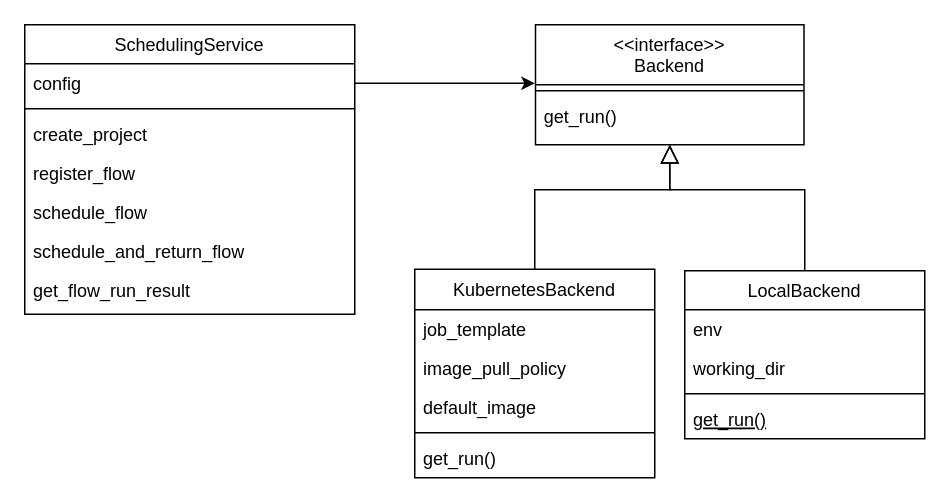
Before: docs/files/services/scheduling_service.drawio in slaclab/lume-services, a draw.io diagram. Source tidied: cells renumbered, new cells numbered last; positions are measured from the earlier drawing's top-left corner, leaving out a move shared by most shapes. Both pictures are drawn from the tidied source at 150%, with x=0, y=0 at pixel (24, 24).
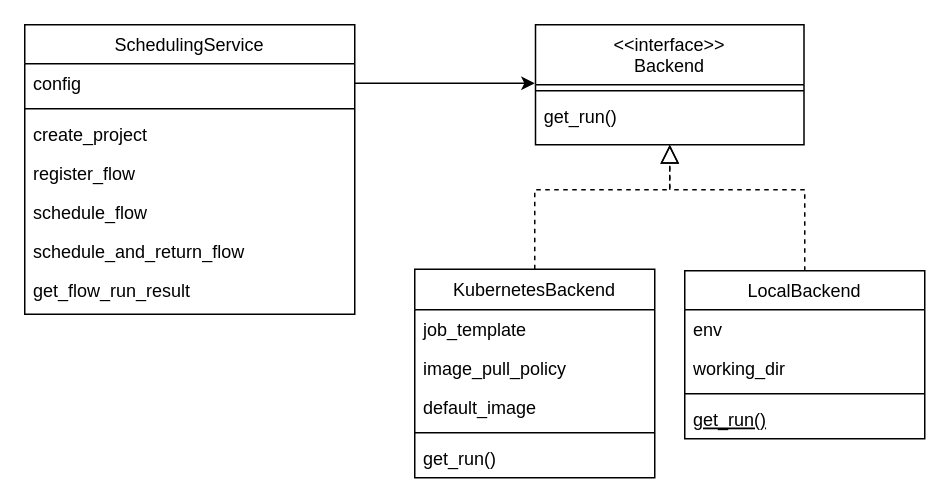
The same page after the edit.

The change refers to these unchanged cells:
```xml
<mxCell id="15" value="LocalBackend" style="swimlane;fontStyle=0;align=center;verticalAlign=top;horizontal=1;startSize=26;rounded=0;shadow=0;strokeWidth=1;" parent="1" vertex="1">
  <mxGeometry x="440" y="164" width="160" height="112" as="geometry" />
</mxCell>
<mxCell id="20" value="KubernetesBackend&#10;" style="swimlane;fontStyle=0;align=center;verticalAlign=top;horizontal=1;startSize=27;rounded=0;shadow=0;strokeWidth=1;" parent="1" vertex="1">
  <mxGeometry x="260" y="163" width="160" height="139" as="geometry" />
</mxCell>
```

The edit, as a diff of the source:
```diff
@@
-    <mxCell id="5" style="endArrow=block;endSize=10;endFill=0;shadow=0;strokeWidth=1;rounded=0;edgeStyle=elbowEdgeStyle;elbow=vertical;exitX=0.5;exitY=0;exitDx=0;exitDy=0;" parent="1" edge="1" source="20">
+    <mxCell id="5" style="endArrow=block;endSize=10;endFill=0;shadow=0;strokeWidth=1;rounded=0;edgeStyle=elbowEdgeStyle;elbow=vertical;exitX=0.5;exitY=0;exitDx=0;exitDy=0;dashed=1;" parent="1" edge="1" source="20">
       <mxGeometry relative="1" as="geometry">
         <mxPoint x="430" y="80" as="targetPoint" />
         <Array as="points">
           <mxPoint x="421" y="110" />
         </Array>
       </mxGeometry>
     </mxCell>
-    <mxCell id="6" style="endArrow=block;endSize=10;endFill=0;shadow=0;strokeWidth=1;rounded=0;edgeStyle=elbowEdgeStyle;elbow=vertical;exitX=0.5;exitY=0;exitDx=0;exitDy=0;" parent="1" edge="1" source="15">
+    <mxCell id="6" style="endArrow=block;endSize=10;endFill=0;shadow=0;strokeWidth=1;rounded=0;edgeStyle=elbowEdgeStyle;elbow=vertical;exitX=0.5;exitY=0;exitDx=0;exitDy=0;dashed=1;" parent="1" edge="1" source="15">
       <mxGeometry relative="1" as="geometry">
         <mxPoint x="430" y="80" as="targetPoint" />
         <Array as="points">
           <mxPoint x="470" y="110" />
         </Array>
       </mxGeometry>
     </mxCell>
```
